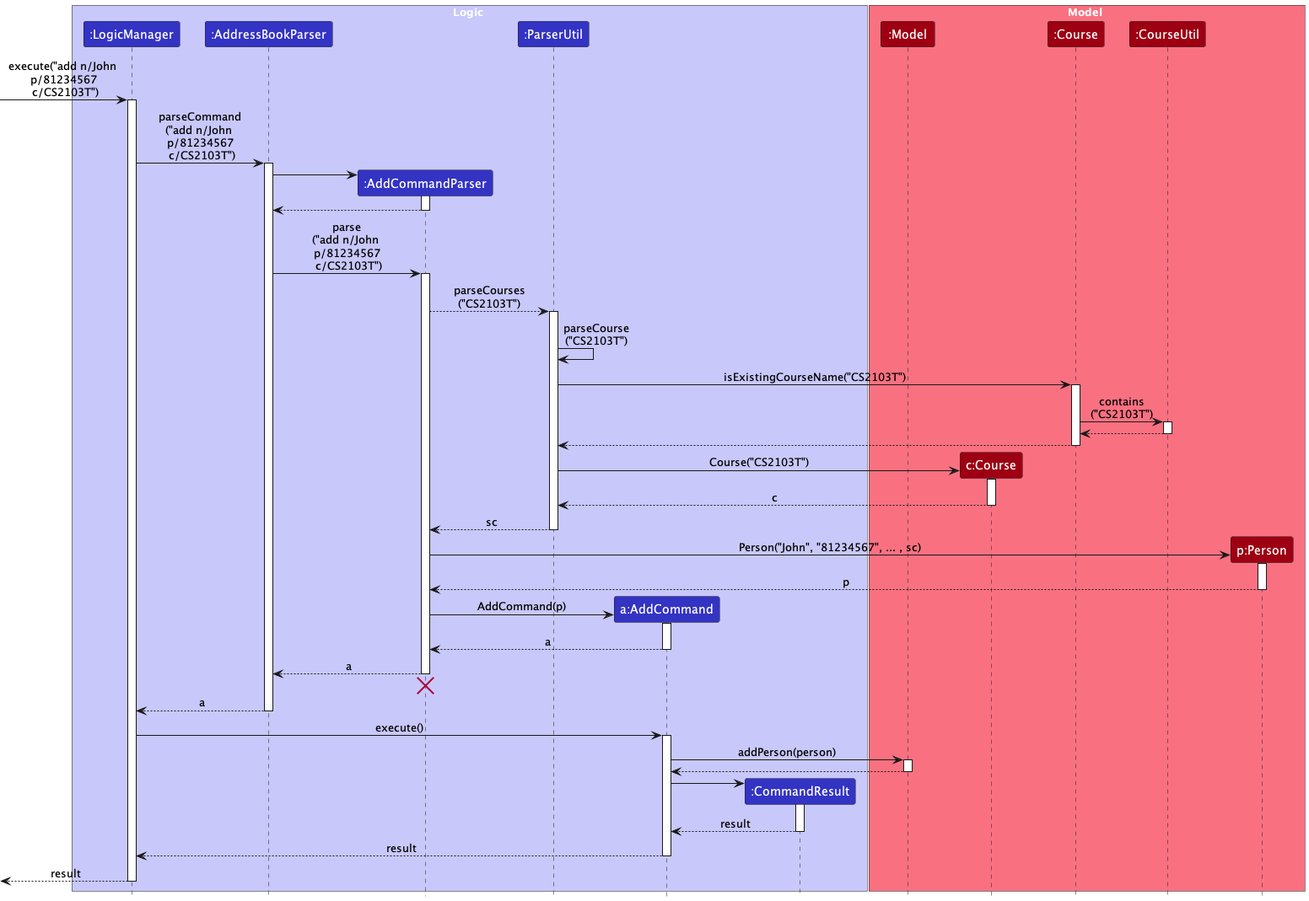
The PlantUML diagram docs/images/AddSequenceDiagram.png in tanteckfang/tp, before a commit.
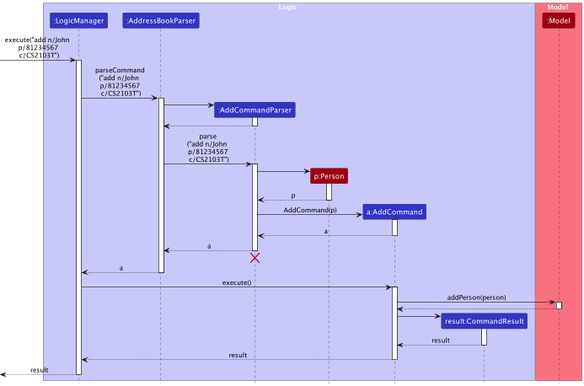
After the change.

Commit message:
Update DG for Theme and Add sequence diagram

What changed in the source:
```diff
@@ -6,17 +6,13 @@
 participant ":LogicManager" as LogicManager LOGIC_COLOR
 participant ":AddressBookParser" as AddressBookParser LOGIC_COLOR
 participant ":AddCommandParser" as AddCommandParser LOGIC_COLOR
-participant ":ParserUtil" as ParserUtil LOGIC_COLOR
+participant "p:Person" as Person MODEL_COLOR
 participant "a:AddCommand" as AddCommand LOGIC_COLOR
-participant ":CommandResult" as CommandResult LOGIC_COLOR
+participant "result:CommandResult" as CommandResult LOGIC_COLOR
 end box
 
 box Model MODEL_COLOR_T1
 participant ":Model" as Model MODEL_COLOR
-participant "c:Course" as Course MODEL_COLOR
-participant ":Course" as CourseClass MODEL_COLOR
-participant ":CourseUtil" as CourseUtil MODEL_COLOR
-participant "p:Person" as Person MODEL_COLOR
 end box
 
 [-> LogicManager : execute("add n/John \n p/81234567 \n c/CS2103T")
@@ -35,35 +31,8 @@
 AddressBookParser -> AddCommandParser : parse\n("add n/John \n p/81234567 \n c/CS2103T")
 activate AddCommandParser
 
-AddCommandParser --> ParserUtil : parseCourses\n("CS2103T")
-activate ParserUtil
-
-ParserUtil -> ParserUtil : parseCourse\n("CS2103T")
-
-ParserUtil -> CourseClass : isExistingCourseName("CS2103T")
-activate CourseClass
-
-CourseClass -> CourseUtil : contains\n("CS2103T")
-activate CourseUtil
-CourseUtil --> CourseClass
-deactivate CourseUtil
-
-CourseClass --> ParserUtil
-deactivate CourseClass
-
-create Course
-ParserUtil -> Course : Course("CS2103T")
-activate Course
-
-
-Course --> ParserUtil : c
-deactivate Course
-
-ParserUtil --> AddCommandParser : sc
-deactivate ParserUtil
-
 create Person
-AddCommandParser -> Person : Person("John", "81234567", ... , sc)
+AddCommandParser -> Person
 activate Person
 
 Person --> AddCommandParser : p
```
